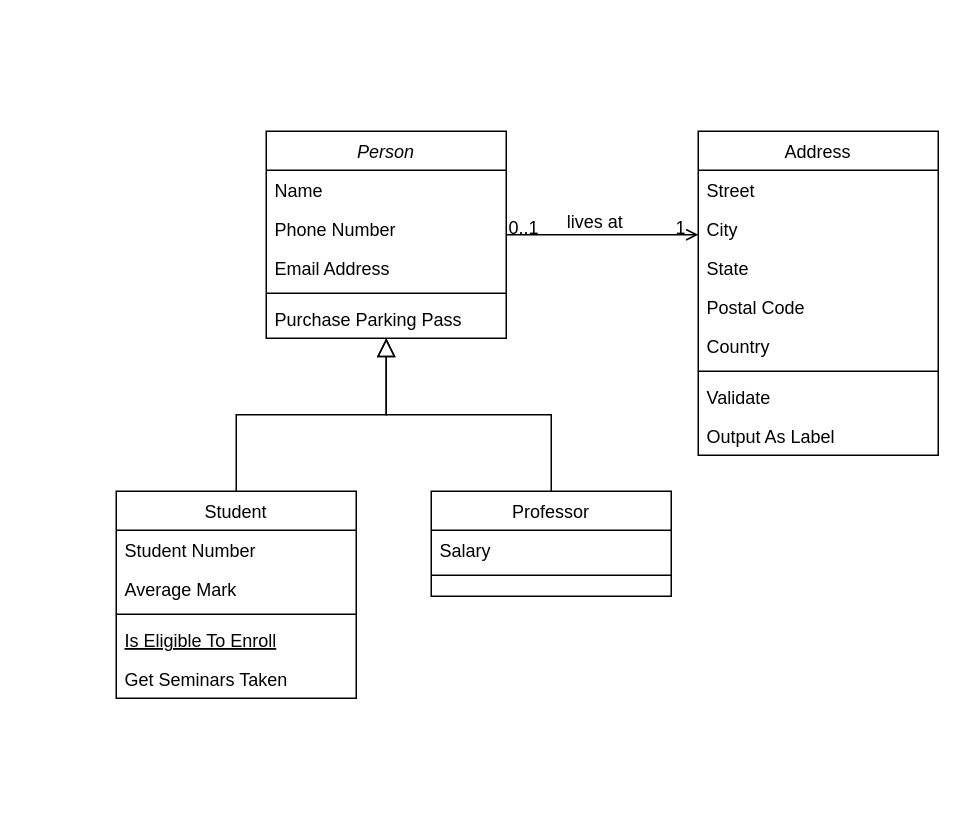
davidbachngo/david keeps this draw.io diagram as Biểu đồ không có tiêu đề.drawio. Above is the earlier version. Source tidied: cells renumbered, new cells numbered last; positions are measured from the earlier drawing's top-left corner, leaving out a move shared by most shapes. Both pictures are drawn from the tidied source at 150%, with x=0, y=0 at pixel (116, 130).
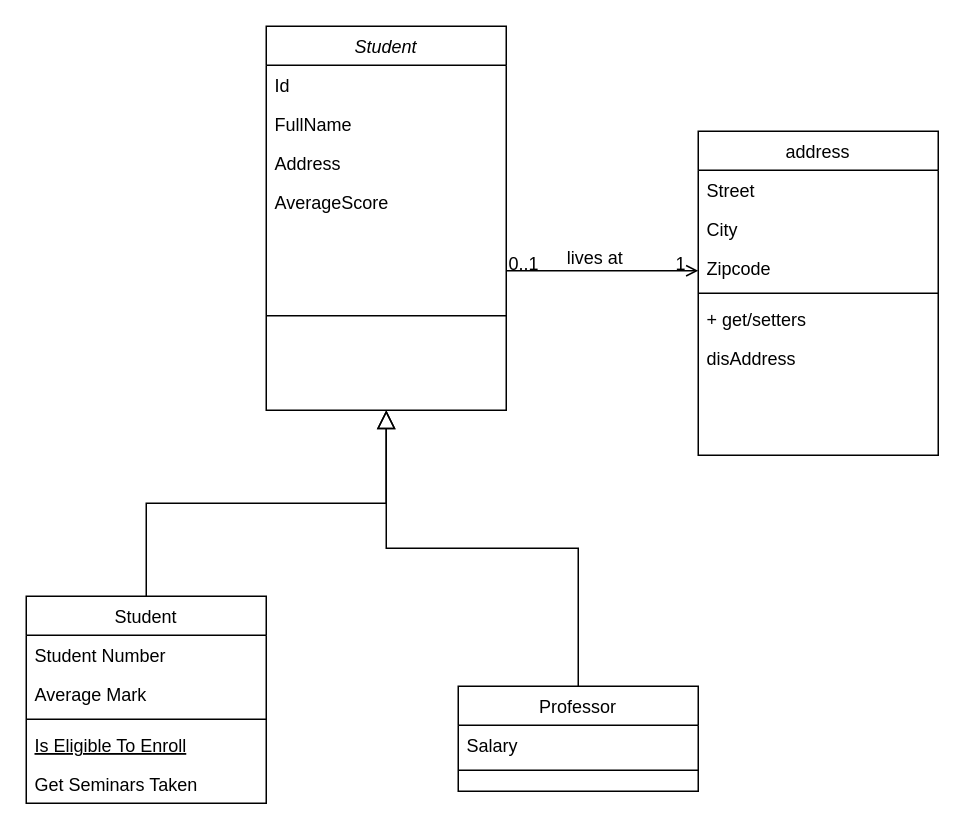
After the change.

Commit message (it also covers changes not shown here):
Cập nhật Biểu đồ không có tiêu đề.drawio

Diff of the diagram source:
```diff
@@
-    <mxCell id="2" value="Person" style="swimlane;fontStyle=2;align=center;verticalAlign=top;horizontal=1;startSize=26;rounded=0;shadow=0;strokeWidth=1;" parent="1" vertex="1">
-      <mxGeometry x="100" width="160" height="138" as="geometry" />
+    <mxCell id="2" value="Student" style="swimlane;fontStyle=2;align=center;verticalAlign=top;horizontal=1;startSize=26;rounded=0;shadow=0;strokeWidth=1;" parent="1" vertex="1">
+      <mxGeometry x="100" y="-70" width="160" height="256" as="geometry" />
     </mxCell>
-    <mxCell id="3" value="Name" style="text;align=left;verticalAlign=top;spacingLeft=4;spacingRight=4;overflow=hidden;" parent="2" vertex="1">
+    <mxCell id="3" value="Id" style="text;align=left;verticalAlign=top;spacingLeft=4;spacingRight=4;overflow=hidden;" parent="2" vertex="1">
       <mxGeometry y="26" width="160" height="26" as="geometry" />
     </mxCell>
-    <mxCell id="4" value="Phone Number" style="text;align=left;verticalAlign=top;spacingLeft=4;spacingRight=4;overflow=hidden;rounded=0;shadow=0;html=0;" parent="2" vertex="1">
+    <mxCell id="4" value="FullName&#10;" style="text;align=left;verticalAlign=top;spacingLeft=4;spacingRight=4;overflow=hidden;rounded=0;shadow=0;html=0;" parent="2" vertex="1">
       <mxGeometry y="52" width="160" height="26" as="geometry" />
     </mxCell>
-    <mxCell id="5" value="Email Address" style="text;align=left;verticalAlign=top;spacingLeft=4;spacingRight=4;overflow=hidden;rounded=0;shadow=0;html=0;" parent="2" vertex="1">
+    <mxCell id="5" value="Address" style="text;align=left;verticalAlign=top;spacingLeft=4;spacingRight=4;overflow=hidden;rounded=0;shadow=0;html=0;" parent="2" vertex="1">
       <mxGeometry y="78" width="160" height="26" as="geometry" />
     </mxCell>
+    <mxCell id="7" value="AverageScore" style="text;align=left;verticalAlign=top;spacingLeft=4;spacingRight=4;overflow=hidden;" parent="2" vertex="1">
+      <mxGeometry y="104" width="160" height="26" as="geometry" />
+    </mxCell>
     <mxCell id="6" style="line;html=1;strokeWidth=1;align=left;verticalAlign=middle;spacingTop=-1;spacingLeft=3;spacingRight=3;labelPosition=right;" parent="2" vertex="1">
-      <mxGeometry y="104" width="160" height="8" as="geometry" />
+      <mxGeometry y="130" width="160" height="126" as="geometry" />
     </mxCell>
-    <mxCell id="7" value="Purchase Parking Pass" style="text;align=left;verticalAlign=top;spacingLeft=4;spacingRight=4;overflow=hidden;" parent="2" vertex="1">
-      <mxGeometry y="112" width="160" height="26" as="geometry" />
-    </mxCell>
     <mxCell id="8" value="Student" style="swimlane;fontStyle=0;align=center;verticalAlign=top;horizontal=1;startSize=26;rounded=0;shadow=0;strokeWidth=1;" parent="1" vertex="1">
-      <mxGeometry y="240" width="160" height="138" as="geometry" />
+      <mxGeometry x="-60" y="310" width="160" height="138" as="geometry" />
     </mxCell>
@@
     <mxCell id="15" value="Professor" style="swimlane;fontStyle=0;align=center;verticalAlign=top;horizontal=1;startSize=26;rounded=0;shadow=0;strokeWidth=1;" parent="1" vertex="1">
-      <mxGeometry x="210" y="240" width="160" height="70" as="geometry" />
+      <mxGeometry x="228" y="370" width="160" height="70" as="geometry" />
     </mxCell>
@@
-    <mxCell id="19" value="Address" style="swimlane;fontStyle=0;align=center;verticalAlign=top;horizontal=1;startSize=26;rounded=0;shadow=0;strokeWidth=1;" parent="1" vertex="1">
+    <mxCell id="19" value="address" style="swimlane;fontStyle=0;align=center;verticalAlign=top;horizontal=1;startSize=26;rounded=0;shadow=0;strokeWidth=1;" parent="1" vertex="1">
       <mxGeometry x="388" width="160" height="216" as="geometry" />
     </mxCell>
@@
-    <mxCell id="22" value="State" style="text;align=left;verticalAlign=top;spacingLeft=4;spacingRight=4;overflow=hidden;rounded=0;shadow=0;html=0;" parent="19" vertex="1">
-      <mxGeometry y="78" width="160" height="26" as="geometry" />
-    </mxCell>
-    <mxCell id="23" value="Postal Code" style="text;align=left;verticalAlign=top;spacingLeft=4;spacingRight=4;overflow=hidden;rounded=0;shadow=0;html=0;" parent="19" vertex="1">
-      <mxGeometry y="104" width="160" height="26" as="geometry" />
-    </mxCell>
-    <mxCell id="24" value="Country" style="text;align=left;verticalAlign=top;spacingLeft=4;spacingRight=4;overflow=hidden;rounded=0;shadow=0;html=0;" parent="19" vertex="1">
-      <mxGeometry y="130" width="160" height="26" as="geometry" />
+    <mxCell id="24" value="Zipcode" style="text;align=left;verticalAlign=top;spacingLeft=4;spacingRight=4;overflow=hidden;rounded=0;shadow=0;html=0;" parent="19" vertex="1">
+      <mxGeometry y="78" width="160" height="26" as="geometry" />
     </mxCell>
     <mxCell id="25" style="line;html=1;strokeWidth=1;align=left;verticalAlign=middle;spacingTop=-1;spacingLeft=3;spacingRight=3;labelPosition=right;" parent="19" vertex="1">
-      <mxGeometry y="156" width="160" height="8" as="geometry" />
+      <mxGeometry y="104" width="160" height="8" as="geometry" />
     </mxCell>
-    <mxCell id="26" value="Validate" style="text;align=left;verticalAlign=top;spacingLeft=4;spacingRight=4;overflow=hidden;" parent="19" vertex="1">
-      <mxGeometry y="164" width="160" height="26" as="geometry" />
+    <mxCell id="26" value="+ get/setters" style="text;align=left;verticalAlign=top;spacingLeft=4;spacingRight=4;overflow=hidden;" parent="19" vertex="1">
+      <mxGeometry y="112" width="160" height="26" as="geometry" />
     </mxCell>
-    <mxCell id="27" value="Output As Label" style="text;align=left;verticalAlign=top;spacingLeft=4;spacingRight=4;overflow=hidden;" parent="19" vertex="1">
-      <mxGeometry y="190" width="160" height="26" as="geometry" />
+    <mxCell id="27" value="disAddress" style="text;align=left;verticalAlign=top;spacingLeft=4;spacingRight=4;overflow=hidden;" parent="19" vertex="1">
+      <mxGeometry y="138" width="160" height="26" as="geometry" />
     </mxCell>
```
